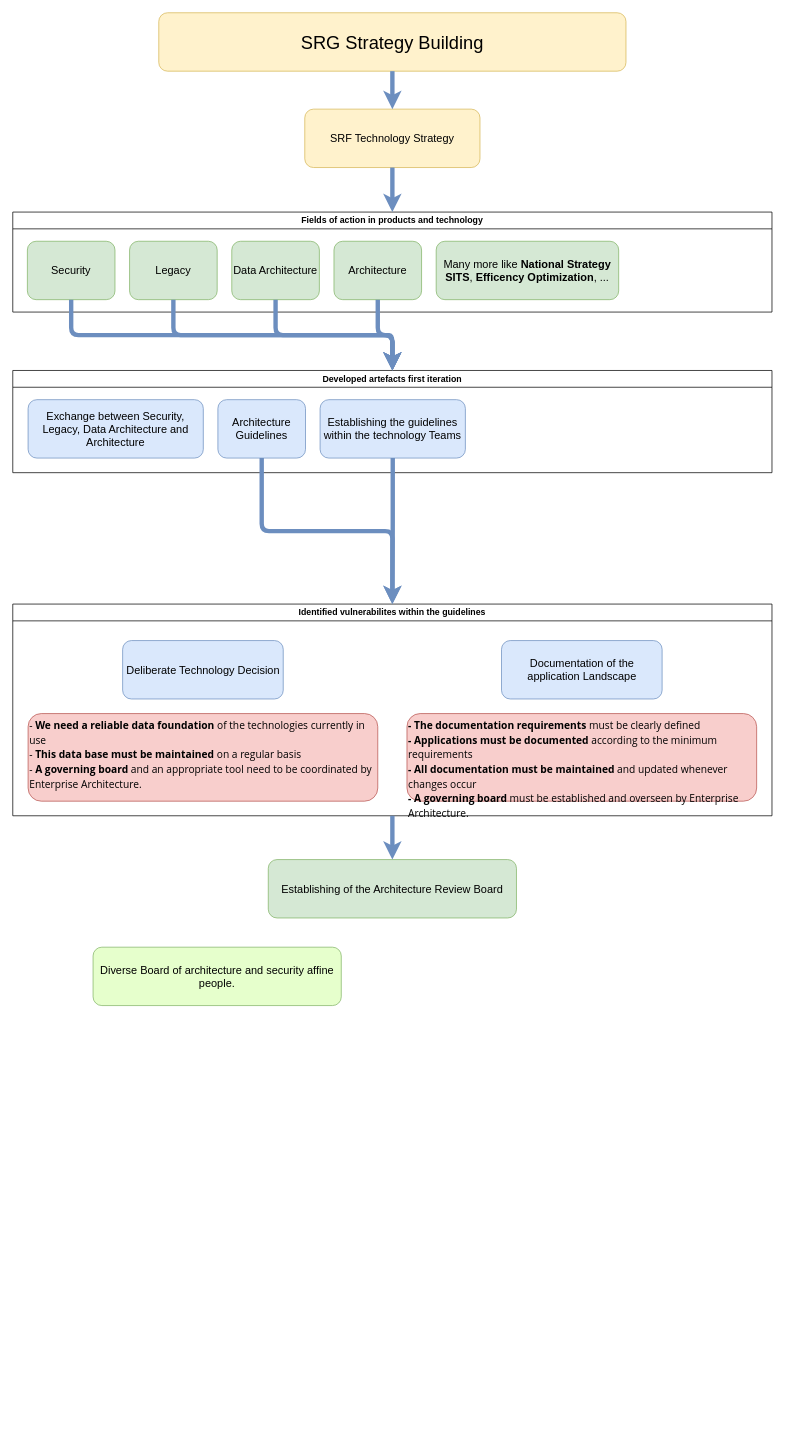
Earlier version of the draw.io diagram workshop-rts-srf.drawio (claudio-walser/draw.io). Source tidied: cells renumbered, new cells numbered last; positions are measured from the earlier drawing's top-left corner, leaving out a move shared by most shapes. Both pictures are drawn from the tidied source at 73%, with x=0, y=0 at pixel (12, 12).
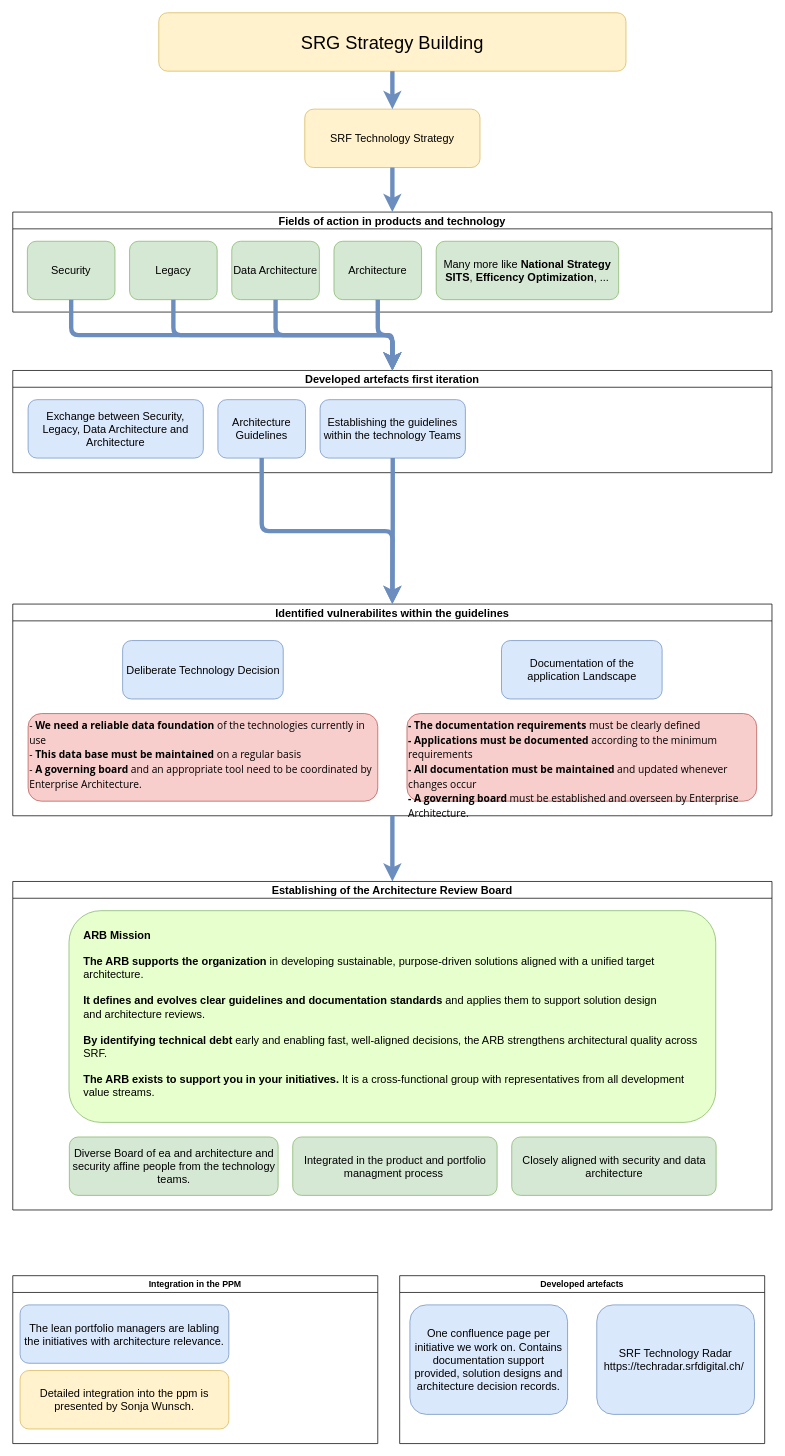
The same page after the edit.

What changed in the source:
```diff
@@
-    <mxCell id="5" value="Fields of action in products and technology" style="swimlane;whiteSpace=wrap;html=1;" parent="1" vertex="1">
+    <mxCell id="5" value="&lt;font style=&quot;font-size: 15px;&quot;&gt;Fields of action in products and technology&lt;/font&gt;" style="swimlane;whiteSpace=wrap;html=1;" parent="1" vertex="1">
       <mxGeometry y="273" width="1040" height="137" as="geometry" />
     </mxCell>
@@
-    <mxCell id="12" value="Developed artefacts first iteration" style="swimlane;whiteSpace=wrap;html=1;" parent="1" vertex="1">
+    <mxCell id="12" value="&lt;font style=&quot;font-size: 15px;&quot;&gt;Developed artefacts first iteration&lt;/font&gt;" style="swimlane;whiteSpace=wrap;html=1;" parent="1" vertex="1">
       <mxGeometry y="490" width="1040" height="140" as="geometry" />
     </mxCell>
@@
-    <mxCell id="17" value="Identified vulnerabilites within the guidelines" style="swimlane;whiteSpace=wrap;html=1;" parent="1" vertex="1">
+    <mxCell id="17" value="&lt;font style=&quot;font-size: 15px;&quot;&gt;Identified vulnerabilites within the guidelines&lt;/font&gt;" style="swimlane;whiteSpace=wrap;html=1;" parent="1" vertex="1">
       <mxGeometry y="810" width="1040" height="290" as="geometry" />
     </mxCell>
@@
-    <mxCell id="24" value="&lt;font style=&quot;font-size: 15px;&quot;&gt;Establishing of the Architecture Review Board&lt;/font&gt;" style="rounded=1;whiteSpace=wrap;html=1;fillColor=#d5e8d4;strokeColor=#82b366;" parent="1" vertex="1">
-      <mxGeometry x="350" y="1160" width="340" height="80" as="geometry" />
-    </mxCell>
-    <mxCell id="25" style="edgeStyle=orthogonalEdgeStyle;rounded=1;jettySize=auto;html=1;exitX=0.5;exitY=1;exitDx=0;exitDy=0;fillColor=#dae8fc;strokeColor=#6c8ebf;strokeWidth=6;curved=0;entryX=0.5;entryY=0;entryDx=0;entryDy=0;" parent="1" edge="1" source="17" target="24">
+    <mxCell id="25" style="edgeStyle=orthogonalEdgeStyle;rounded=1;jettySize=auto;html=1;exitX=0.5;exitY=1;exitDx=0;exitDy=0;fillColor=#dae8fc;strokeColor=#6c8ebf;strokeWidth=6;curved=0;entryX=0.5;entryY=0;entryDx=0;entryDy=0;" parent="1" edge="1" source="17" target="30">
       <mxGeometry relative="1" as="geometry" />
     </mxCell>
@@
+    <mxCell id="30" value="&lt;span style=&quot;font-size: 15px;&quot;&gt;Establishing of the Architecture Review Board&lt;/span&gt;" style="swimlane;whiteSpace=wrap;html=1;" parent="1" vertex="1">
+      <mxGeometry y="1190" width="1040" height="450" as="geometry" />
+    </mxCell>
-    <mxCell id="29" value="&lt;font style=&quot;font-size: 15px;&quot;&gt;Diverse Board of architecture and security affine people.&lt;/font&gt;" style="rounded=1;whiteSpace=wrap;html=1;fillColor=#E6FFCC;strokeColor=#82b366;" parent="1" vertex="1">
-      <mxGeometry x="110" y="1280" width="340" height="80" as="geometry" />
+    <mxCell id="29" value="&lt;div style=&quot;&quot;&gt;&lt;font style=&quot;font-size: 15px;&quot;&gt;&lt;b&gt;ARB Mission&lt;/b&gt;&lt;/font&gt;&lt;/div&gt;&lt;font style=&quot;font-size: 15px;&quot;&gt;&lt;div&gt;&lt;font style=&quot;font-size: 15px;&quot;&gt;&lt;br&gt;&lt;/font&gt;&lt;/div&gt;&lt;b&gt;The ARB supports the organization&lt;/b&gt; in developing sustainable, purpose‑driven solutions aligned with a unified target architecture.&lt;/font&gt;&lt;div&gt;&lt;b style=&quot;background-color: transparent; color: light-dark(rgb(0, 0, 0), rgb(255, 255, 255)); font-size: 15px;&quot;&gt;&lt;br&gt;&lt;/b&gt;&lt;/div&gt;&lt;div&gt;&lt;b style=&quot;background-color: transparent; color: light-dark(rgb(0, 0, 0), rgb(255, 255, 255)); font-size: 15px;&quot;&gt;It defines and evolves clear guidelines and documentation standards&lt;/b&gt;&lt;span style=&quot;background-color: transparent; color: light-dark(rgb(0, 0, 0), rgb(255, 255, 255)); font-size: 15px;&quot;&gt; and applies them to support solution design and&amp;nbsp;&lt;/span&gt;&lt;span style=&quot;font-size: 15px; background-color: transparent; color: light-dark(rgb(0, 0, 0), rgb(255, 255, 255));&quot;&gt;architecture reviews.&lt;/span&gt;&lt;div&gt;&lt;font style=&quot;font-size: 15px;&quot;&gt;&lt;br&gt;&lt;/font&gt;&lt;/div&gt;&lt;div&gt;&lt;font style=&quot;font-size: 15px;&quot;&gt;&lt;b&gt;By identifying technical debt&lt;/b&gt; early and enabling fast, well‑aligned decisions, the ARB strengthens architectural quality across SRF.&amp;nbsp;&lt;/font&gt;&lt;/div&gt;&lt;div&gt;&lt;font style=&quot;font-size: 15px;&quot;&gt;&lt;br&gt;&lt;/font&gt;&lt;/div&gt;&lt;div&gt;&lt;font style=&quot;font-size: 15px;&quot;&gt;&lt;b&gt;The ARB exists to support you in your initiatives.&lt;/b&gt; It is a cross‑functional group with representatives from all development value streams.&lt;/font&gt;&lt;/div&gt;&lt;/div&gt;" style="rounded=1;whiteSpace=wrap;html=1;fillColor=#E6FFCC;strokeColor=#82b366;align=left;verticalAlign=top;spacingRight=0;spacing=20;" parent="30" vertex="1">
+      <mxGeometry x="77" y="40" width="886" height="290" as="geometry" />
     </mxCell>
+    <mxCell id="31" value="&lt;span style=&quot;font-size: 15px;&quot;&gt;Closely aligned with security and data architecture&lt;/span&gt;" style="rounded=1;whiteSpace=wrap;html=1;fillColor=#d5e8d4;strokeColor=#82b366;" parent="30" vertex="1">
+      <mxGeometry x="683.5" y="350" width="280" height="80" as="geometry" />
+    </mxCell>
+    <mxCell id="24" value="&lt;span style=&quot;font-size: 15px;&quot;&gt;Diverse Board of ea and architecture and security affine people from the technology teams.&lt;/span&gt;" style="rounded=1;whiteSpace=wrap;html=1;fillColor=#d5e8d4;strokeColor=#82b366;" parent="30" vertex="1">
+      <mxGeometry x="77.5" y="350" width="286" height="80" as="geometry" />
+    </mxCell>
+    <mxCell id="32" value="&lt;span style=&quot;font-size: 15px;&quot;&gt;Integrated in the product and portfolio managment process&amp;nbsp;&lt;/span&gt;" style="rounded=1;whiteSpace=wrap;html=1;fillColor=#d5e8d4;strokeColor=#82b366;" parent="30" vertex="1">
+      <mxGeometry x="383.5" y="350" width="280" height="80" as="geometry" />
+    </mxCell>
+    <mxCell id="33" value="Integration in the PPM" style="swimlane;whiteSpace=wrap;html=1;" parent="1" vertex="1">
+      <mxGeometry y="1730" width="500" height="230" as="geometry" />
+    </mxCell>
+    <mxCell id="34" value="&lt;span style=&quot;font-size: 15px;&quot;&gt;Detailed integration into the ppm is presented by Sonja Wunsch.&lt;/span&gt;" style="rounded=1;whiteSpace=wrap;html=1;fillColor=#fff2cc;strokeColor=#d6b656;" parent="33" vertex="1">
+      <mxGeometry x="10" y="130" width="286" height="80" as="geometry" />
+    </mxCell>
+    <mxCell id="35" value="&lt;span style=&quot;font-size: 15px;&quot;&gt;The lean portfolio managers are labling the initiatives with architecture relevance.&lt;/span&gt;" style="rounded=1;whiteSpace=wrap;html=1;fillColor=#dae8fc;strokeColor=#6c8ebf;" parent="33" vertex="1">
+      <mxGeometry x="10" y="40" width="286" height="80" as="geometry" />
+    </mxCell>
+    <mxCell id="36" value="Developed artefacts" style="swimlane;whiteSpace=wrap;html=1;" parent="1" vertex="1">
+      <mxGeometry x="530" y="1730" width="500" height="230" as="geometry" />
+    </mxCell>
+    <mxCell id="37" value="&lt;span style=&quot;font-size: 15px;&quot;&gt;One confluence page per initiative we work on. Contains documentation support provided, solution designs and architecture decision records.&lt;/span&gt;" style="rounded=1;whiteSpace=wrap;html=1;fillColor=#dae8fc;strokeColor=#6c8ebf;" parent="36" vertex="1">
+      <mxGeometry x="14" y="40" width="216" height="150" as="geometry" />
+    </mxCell>
+    <mxCell id="38" value="&lt;span style=&quot;font-size: 15px;&quot;&gt;SRF Technology Radar&lt;br&gt;&lt;/span&gt;&lt;div&gt;&lt;span style=&quot;font-size: 15px;&quot;&gt;https://techradar.srfdigital.ch/&amp;nbsp;&lt;/span&gt;&lt;/div&gt;" style="rounded=1;whiteSpace=wrap;html=1;fillColor=#dae8fc;strokeColor=#6c8ebf;" parent="36" vertex="1">
+      <mxGeometry x="270" y="40" width="216" height="150" as="geometry" />
+    </mxCell>
```
